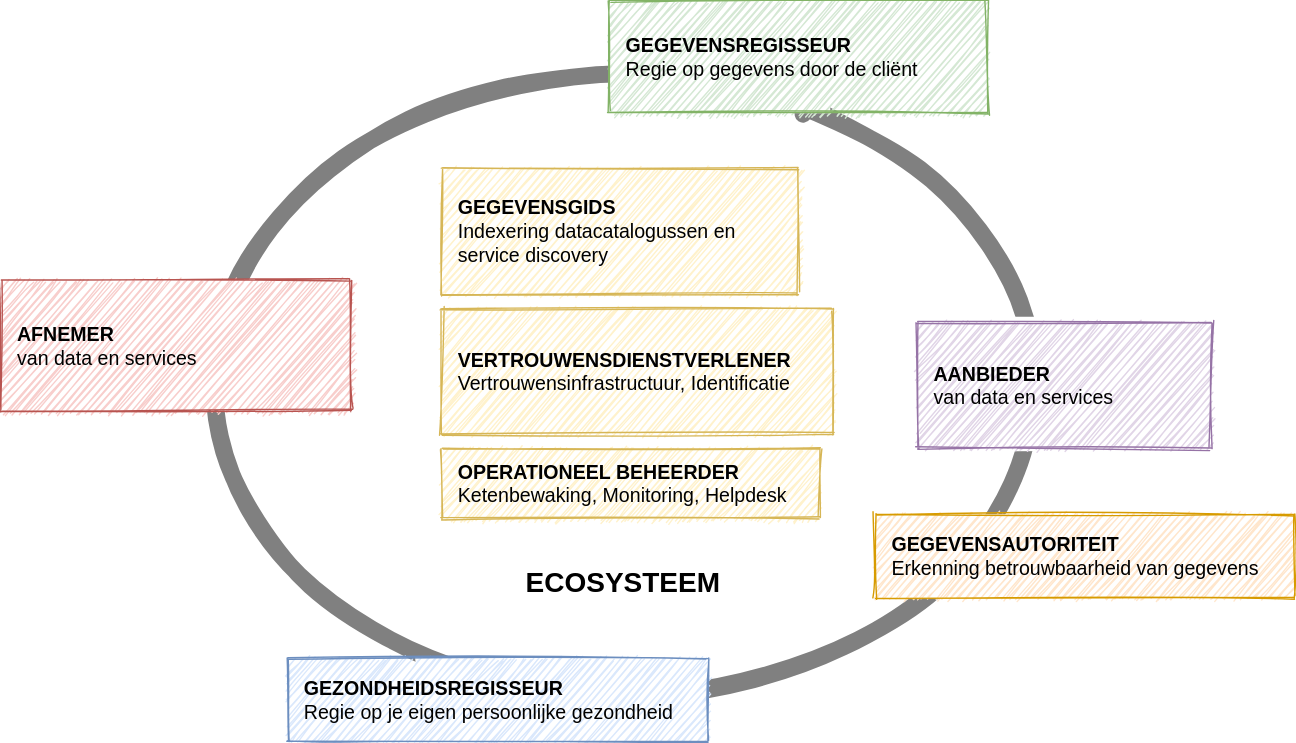
The draw.io diagram .gitbook/assets/technology/actors.svg in dizra/docs, before a commit. Source tidied: cells renumbered, new cells last; positions are measured from the earlier drawing's top-left corner, leaving out a move shared by most shapes.
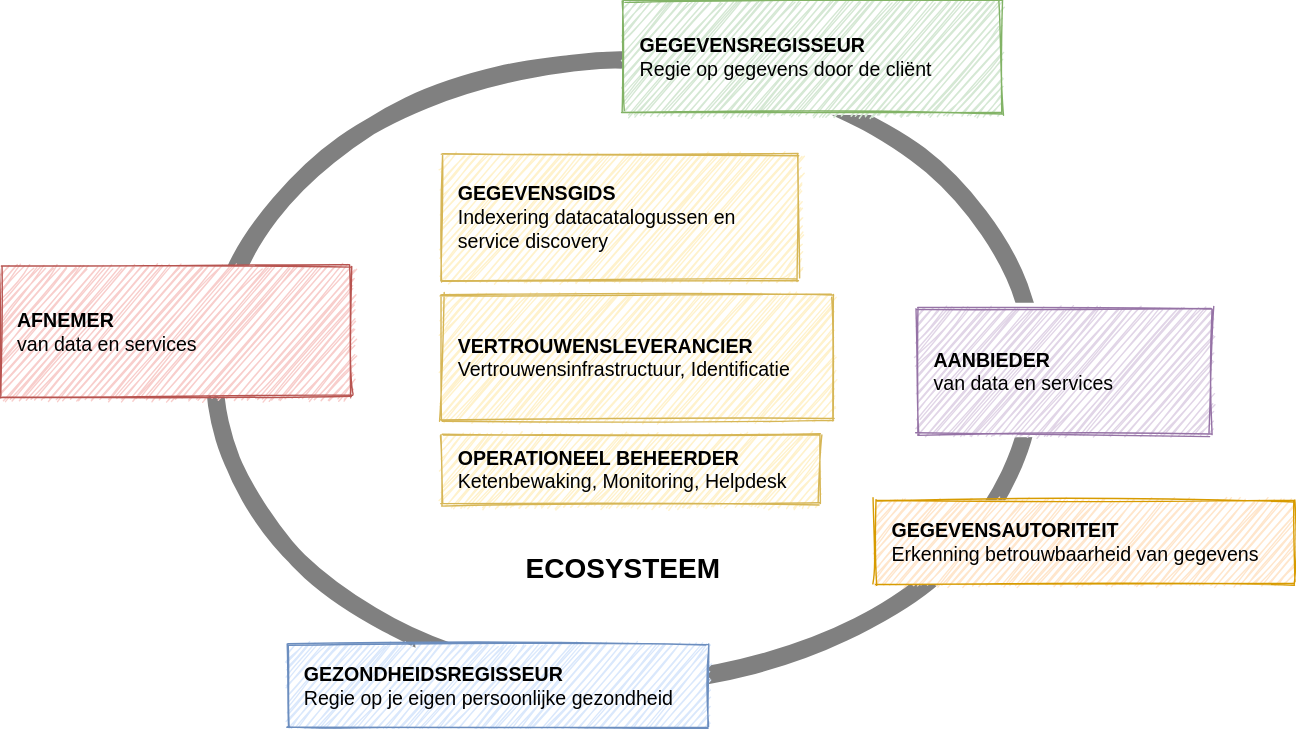
Above is the later version.

Diff of the diagram source:
```diff
@@ -14,7 +14,7 @@
     <mxCell id="5" value="&lt;b&gt;GEGEVENSGIDS&lt;br&gt;&lt;/b&gt;Indexering datacatalogussen en service discovery" style="rounded=0;whiteSpace=wrap;html=1;fillColor=#fff2cc;strokeColor=#d6b656;fontSize=14;align=left;spacingLeft=10;sketch=1;fillStyle=auto;" parent="1" vertex="1">
       <mxGeometry x="315" y="141" width="255" height="90" as="geometry" />
     </mxCell>
-    <mxCell id="6" value="&lt;b&gt;VERTROUWENSDIENSTVERLENER&lt;br&gt;&lt;/b&gt;Vertrouwensinfrastructuur,&amp;nbsp;Identificatie" style="rounded=0;whiteSpace=wrap;html=1;fillColor=#fff2cc;strokeColor=#d6b656;fontSize=14;align=left;spacingLeft=10;shadow=0;sketch=1;fillStyle=auto;" parent="1" vertex="1">
+    <mxCell id="6" value="&lt;b&gt;VERTROUWENSLEVERANCIER&lt;br&gt;&lt;/b&gt;Vertrouwensinfrastructuur,&amp;nbsp;Identificatie" style="rounded=0;whiteSpace=wrap;html=1;fillColor=#fff2cc;strokeColor=#d6b656;fontSize=14;align=left;spacingLeft=10;shadow=0;sketch=1;fillStyle=auto;" parent="1" vertex="1">
       <mxGeometry x="315" y="241" width="280" height="90" as="geometry" />
     </mxCell>
     <mxCell id="7" style="rounded=0;whiteSpace=wrap;html=1;fontSize=14;verticalAlign=middle;glass=0;sketch=1;fillStyle=solid;align=left;spacingLeft=10;strokeColor=none;" parent="1" vertex="1">
@@ -24,7 +24,7 @@
       <mxGeometry y="221" width="250" height="93" as="geometry" />
     </mxCell>
     <mxCell id="9" style="rounded=0;whiteSpace=wrap;html=1;fontSize=14;verticalAlign=middle;glass=0;sketch=1;fillStyle=solid;align=left;spacingLeft=10;strokeColor=none;rotation=90;" parent="1" vertex="1">
-      <mxGeometry x="492.3" y="-0.3" width="42" height="157.5" as="geometry" />
+      <mxGeometry x="506.1" y="-15.1" width="64.2" height="187.5" as="geometry" />
     </mxCell>
     <mxCell id="10" style="rounded=0;whiteSpace=wrap;html=1;fontSize=14;verticalAlign=middle;glass=0;sketch=1;fillStyle=solid;align=left;spacingLeft=10;strokeColor=none;" parent="1" vertex="1">
       <mxGeometry x="715" y="248" width="40" height="93" as="geometry" />
@@ -36,7 +36,7 @@
       <mxGeometry x="381" y="407" width="40" height="207" as="geometry" />
     </mxCell>
     <mxCell id="13" value="&lt;b&gt;GEGEVENSREGISSEUR&lt;/b&gt;&lt;br&gt;Regie op gegevens door de cliënt" style="rounded=0;whiteSpace=wrap;html=1;fillColor=#d5e8d4;strokeColor=#82b366;fontSize=14;align=left;spacingLeft=10;sketch=1;fillStyle=auto;" parent="1" vertex="1">
-      <mxGeometry x="435" y="21" width="270" height="80" as="geometry" />
+      <mxGeometry x="445" y="31" width="270" height="80" as="geometry" />
     </mxCell>
     <mxCell id="14" value="&lt;b&gt;GEZONDHEIDSREGISSEUR&lt;/b&gt;&lt;br&gt;Regie op je eigen persoonlijke gezondheid" style="rounded=0;whiteSpace=wrap;html=1;fillColor=#dae8fc;strokeColor=#6c8ebf;fontSize=14;align=left;spacingLeft=10;sketch=1;fillStyle=auto;" parent="1" vertex="1">
       <mxGeometry x="205" y="491" width="300" height="60" as="geometry" />
```
